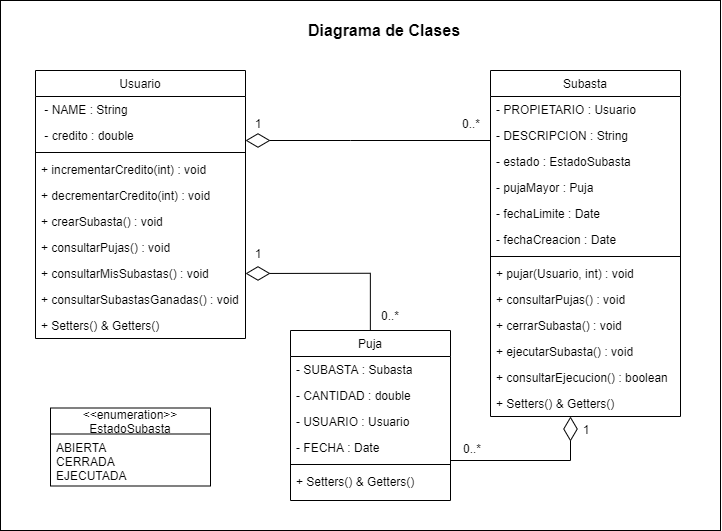
josegoval/I.E.6.2 keeps this draw.io diagram as Diagramas de Casos de Uso y Clases/Diagrama de Clases.png. Above is the earlier version. Source tidied: cells renumbered, new cells last; positions are measured from the earlier drawing's top-left corner, leaving out a move shared by most shapes. Its diagram source:
```xml
<mxGraphModel>
  <root>
    <mxCell id="0" />
    <mxCell id="1" value="Untitled Layer" parent="0" />
    <mxCell id="2" style="rounded=0;whiteSpace=wrap;html=1;fontSize=16;" parent="1" vertex="1">
      <mxGeometry width="720" height="530" as="geometry" />
    </mxCell>
    <mxCell id="3" parent="0" />
    <mxCell id="4" value="Usuario" style="swimlane;fontStyle=0;align=center;verticalAlign=top;horizontal=1;startSize=26;rounded=0;shadow=0;strokeWidth=1;" parent="3" vertex="1">
      <mxGeometry x="35" y="70" width="210" height="268" as="geometry" />
    </mxCell>
    <mxCell id="5" value=" - NAME : String&#10;" style="text;align=left;verticalAlign=top;spacingLeft=4;spacingRight=4;overflow=hidden;rounded=0;shadow=0;html=0;" parent="4" vertex="1">
      <mxGeometry y="26" width="210" height="26" as="geometry" />
    </mxCell>
    <mxCell id="6" value=" - credito : double" style="text;align=left;verticalAlign=top;spacingLeft=4;spacingRight=4;overflow=hidden;" parent="4" vertex="1">
      <mxGeometry y="52" width="210" height="26" as="geometry" />
    </mxCell>
    <mxCell id="7" style="line;html=1;strokeWidth=1;align=left;verticalAlign=middle;spacingTop=-1;spacingLeft=3;spacingRight=3;labelPosition=right;" parent="4" vertex="1">
      <mxGeometry y="78" width="210" height="8" as="geometry" />
    </mxCell>
    <mxCell id="8" value="+ incrementarCredito(int) : void" style="text;align=left;verticalAlign=top;spacingLeft=4;spacingRight=4;overflow=hidden;" parent="4" vertex="1">
      <mxGeometry y="86" width="210" height="26" as="geometry" />
    </mxCell>
    <mxCell id="9" value="+ decrementarCredito(int) : void" style="text;align=left;verticalAlign=top;spacingLeft=4;spacingRight=4;overflow=hidden;rounded=0;shadow=0;html=0;" parent="4" vertex="1">
      <mxGeometry y="112" width="210" height="26" as="geometry" />
    </mxCell>
    <mxCell id="10" value="+ crearSubasta() : void" style="text;align=left;verticalAlign=top;spacingLeft=4;spacingRight=4;overflow=hidden;rounded=0;shadow=0;html=0;" parent="4" vertex="1">
      <mxGeometry y="138" width="210" height="26" as="geometry" />
    </mxCell>
    <mxCell id="11" value="+ consultarPujas() : void" style="text;align=left;verticalAlign=top;spacingLeft=4;spacingRight=4;overflow=hidden;rounded=0;shadow=0;html=0;" parent="4" vertex="1">
      <mxGeometry y="164" width="210" height="26" as="geometry" />
    </mxCell>
    <mxCell id="12" value="+ consultarMisSubastas() : void" style="text;align=left;verticalAlign=top;spacingLeft=4;spacingRight=4;overflow=hidden;points=[[0,0.5],[1,0.5]];portConstraint=eastwest;rounded=0;shadow=0;html=0;" parent="4" vertex="1">
      <mxGeometry y="190" width="210" height="26" as="geometry" />
    </mxCell>
    <mxCell id="13" value="+ consultarSubastasGanadas() : void" style="text;align=left;verticalAlign=top;spacingLeft=4;spacingRight=4;overflow=hidden;rounded=0;shadow=0;html=0;" parent="4" vertex="1">
      <mxGeometry y="216" width="210" height="26" as="geometry" />
    </mxCell>
    <mxCell id="14" value="+ Setters() &amp; Getters()" style="text;align=left;verticalAlign=top;spacingLeft=4;spacingRight=4;overflow=hidden;rounded=0;shadow=0;html=0;" parent="4" vertex="1">
      <mxGeometry y="242" width="210" height="26" as="geometry" />
    </mxCell>
    <mxCell id="15" style="edgeStyle=elbowEdgeStyle;rounded=0;jettySize=auto;html=1;fontSize=16;elbow=vertical;endArrow=diamondThin;endFill=0;strokeWidth=1;strokeColor=#000000;endSize=22;" parent="3" edge="1" source="16" target="4">
      <mxGeometry relative="1" as="geometry">
        <Array as="points">
          <mxPoint x="350" y="140" />
        </Array>
      </mxGeometry>
    </mxCell>
    <mxCell id="16" value="Subasta" style="swimlane;fontStyle=0;align=center;verticalAlign=top;horizontal=1;startSize=26;rounded=0;shadow=0;strokeWidth=1;" parent="3" vertex="1">
      <mxGeometry x="490" y="70" width="190" height="346" as="geometry" />
    </mxCell>
    <mxCell id="17" value="- PROPIETARIO : Usuario" style="text;align=left;verticalAlign=top;spacingLeft=4;spacingRight=4;overflow=hidden;" parent="16" vertex="1">
      <mxGeometry y="26" width="190" height="26" as="geometry" />
    </mxCell>
    <mxCell id="18" value="- DESCRIPCION : String" style="text;align=left;verticalAlign=top;spacingLeft=4;spacingRight=4;overflow=hidden;rounded=0;shadow=0;html=0;" parent="16" vertex="1">
      <mxGeometry y="52" width="190" height="26" as="geometry" />
    </mxCell>
    <mxCell id="19" value="- estado : EstadoSubasta" style="text;align=left;verticalAlign=top;spacingLeft=4;spacingRight=4;overflow=hidden;rounded=0;shadow=0;html=0;" parent="16" vertex="1">
      <mxGeometry y="78" width="190" height="26" as="geometry" />
    </mxCell>
    <mxCell id="20" value="- pujaMayor : Puja" style="text;align=left;verticalAlign=top;spacingLeft=4;spacingRight=4;overflow=hidden;rounded=0;shadow=0;html=0;" parent="16" vertex="1">
      <mxGeometry y="104" width="190" height="26" as="geometry" />
    </mxCell>
    <mxCell id="21" value="- fechaLimite : Date" style="text;align=left;verticalAlign=top;spacingLeft=4;spacingRight=4;overflow=hidden;rounded=0;shadow=0;html=0;" parent="16" vertex="1">
      <mxGeometry y="130" width="190" height="26" as="geometry" />
    </mxCell>
    <mxCell id="22" value="- fechaCreacion : Date" style="text;align=left;verticalAlign=top;spacingLeft=4;spacingRight=4;overflow=hidden;rounded=0;shadow=0;html=0;" parent="16" vertex="1">
      <mxGeometry y="156" width="190" height="26" as="geometry" />
    </mxCell>
    <mxCell id="23" style="line;html=1;strokeWidth=1;align=left;verticalAlign=middle;spacingTop=-1;spacingLeft=3;spacingRight=3;labelPosition=right;" parent="16" vertex="1">
      <mxGeometry y="182" width="190" height="8" as="geometry" />
    </mxCell>
    <mxCell id="24" value="+ pujar(Usuario, int) : void" style="text;align=left;verticalAlign=top;spacingLeft=4;spacingRight=4;overflow=hidden;" parent="16" vertex="1">
      <mxGeometry y="190" width="190" height="26" as="geometry" />
    </mxCell>
    <mxCell id="25" value="+ consultarPujas() : void" style="text;align=left;verticalAlign=top;spacingLeft=4;spacingRight=4;overflow=hidden;" parent="16" vertex="1">
      <mxGeometry y="216" width="190" height="26" as="geometry" />
    </mxCell>
    <mxCell id="26" value="+ cerrarSubasta() : void" style="text;align=left;verticalAlign=top;spacingLeft=4;spacingRight=4;overflow=hidden;" parent="16" vertex="1">
      <mxGeometry y="242" width="190" height="26" as="geometry" />
    </mxCell>
    <mxCell id="27" value="+ ejecutarSubasta() : void" style="text;align=left;verticalAlign=top;spacingLeft=4;spacingRight=4;overflow=hidden;" parent="16" vertex="1">
      <mxGeometry y="268" width="190" height="26" as="geometry" />
    </mxCell>
    <mxCell id="28" value="+ consultarEjecucion() : boolean" style="text;align=left;verticalAlign=top;spacingLeft=4;spacingRight=4;overflow=hidden;" parent="16" vertex="1">
      <mxGeometry y="294" width="190" height="26" as="geometry" />
    </mxCell>
    <mxCell id="29" value="+ Setters() &amp; Getters()" style="text;align=left;verticalAlign=top;spacingLeft=4;spacingRight=4;overflow=hidden;" parent="16" vertex="1">
      <mxGeometry y="320" width="190" height="26" as="geometry" />
    </mxCell>
    <mxCell id="30" style="edgeStyle=orthogonalEdgeStyle;rounded=0;jettySize=auto;elbow=vertical;html=1;entryX=1;entryY=0.5;entryDx=0;entryDy=0;endArrow=diamondThin;endFill=0;endSize=22;strokeColor=#000000;strokeWidth=1;fontSize=16;" parent="3" edge="1" source="32" target="12">
      <mxGeometry relative="1" as="geometry" />
    </mxCell>
    <mxCell id="31" style="edgeStyle=elbowEdgeStyle;rounded=0;jettySize=auto;elbow=vertical;html=1;endArrow=diamondThin;endFill=0;endSize=22;strokeColor=#000000;strokeWidth=1;fontSize=16;" parent="3" edge="1" source="32" target="16">
      <mxGeometry relative="1" as="geometry">
        <Array as="points">
          <mxPoint x="570" y="460" />
          <mxPoint x="550" y="470" />
          <mxPoint x="595" y="440" />
        </Array>
      </mxGeometry>
    </mxCell>
    <mxCell id="32" value="Puja" style="swimlane;fontStyle=0;align=center;verticalAlign=top;horizontal=1;startSize=26;rounded=0;shadow=0;strokeWidth=1;" parent="3" vertex="1">
      <mxGeometry x="290" y="330" width="160" height="170" as="geometry" />
    </mxCell>
    <mxCell id="33" value="- SUBASTA : Subasta" style="text;align=left;verticalAlign=top;spacingLeft=4;spacingRight=4;overflow=hidden;" parent="32" vertex="1">
      <mxGeometry y="26" width="160" height="26" as="geometry" />
    </mxCell>
    <mxCell id="34" value="- CANTIDAD : double" style="text;align=left;verticalAlign=top;spacingLeft=4;spacingRight=4;overflow=hidden;rounded=0;shadow=0;html=0;" parent="32" vertex="1">
      <mxGeometry y="52" width="160" height="26" as="geometry" />
    </mxCell>
    <mxCell id="35" value="- USUARIO : Usuario" style="text;align=left;verticalAlign=top;spacingLeft=4;spacingRight=4;overflow=hidden;rounded=0;shadow=0;html=0;" parent="32" vertex="1">
      <mxGeometry y="78" width="160" height="26" as="geometry" />
    </mxCell>
    <mxCell id="36" value="- FECHA : Date" style="text;align=left;verticalAlign=top;spacingLeft=4;spacingRight=4;overflow=hidden;rounded=0;shadow=0;html=0;" parent="32" vertex="1">
      <mxGeometry y="104" width="160" height="26" as="geometry" />
    </mxCell>
    <mxCell id="37" style="line;html=1;strokeWidth=1;align=left;verticalAlign=middle;spacingTop=-1;spacingLeft=3;spacingRight=3;labelPosition=right;" parent="32" vertex="1">
      <mxGeometry y="130" width="160" height="8" as="geometry" />
    </mxCell>
    <mxCell id="38" value="+ Setters() &amp; Getters()" style="text;align=left;verticalAlign=top;spacingLeft=4;spacingRight=4;overflow=hidden;" parent="32" vertex="1">
      <mxGeometry y="138" width="160" height="26" as="geometry" />
    </mxCell>
    <mxCell id="39" value="Diagrama de Clases" style="text;html=1;strokeColor=none;fillColor=none;align=center;verticalAlign=middle;whiteSpace=wrap;rounded=0;fontSize=16;fontStyle=1;" parent="3" vertex="1">
      <mxGeometry x="303" y="20" width="160" height="20" as="geometry" />
    </mxCell>
    <mxCell id="40" value="&lt;&lt;enumeration&gt;&gt;&#10;EstadoSubasta" style="swimlane;fontStyle=0;align=center;verticalAlign=middle;horizontal=1;startSize=26;rounded=0;shadow=0;strokeWidth=1;" parent="3" vertex="1">
      <mxGeometry x="50" y="407.5" width="160" height="78" as="geometry" />
    </mxCell>
    <mxCell id="41" value="ABIERTA&#10;CERRADA&#10;EJECUTADA" style="text;align=left;verticalAlign=top;spacingLeft=4;spacingRight=4;overflow=hidden;" parent="40" vertex="1">
      <mxGeometry y="26" width="160" height="44" as="geometry" />
    </mxCell>
    <mxCell id="42" value="&lt;font style=&quot;font-size: 12px&quot;&gt;1&lt;/font&gt;" style="text;html=1;strokeColor=none;fillColor=none;align=center;verticalAlign=middle;whiteSpace=wrap;rounded=0;fontSize=16;" parent="3" vertex="1">
      <mxGeometry x="237" y="110" width="40" height="23" as="geometry" />
    </mxCell>
    <mxCell id="43" value="&lt;font style=&quot;font-size: 12px&quot;&gt;0..*&lt;/font&gt;" style="text;html=1;strokeColor=none;fillColor=none;align=center;verticalAlign=middle;whiteSpace=wrap;rounded=0;fontSize=16;" parent="3" vertex="1">
      <mxGeometry x="450" y="110" width="40" height="23" as="geometry" />
    </mxCell>
    <mxCell id="44" value="&lt;font style=&quot;font-size: 12px&quot;&gt;1&lt;/font&gt;" style="text;html=1;strokeColor=none;fillColor=none;align=center;verticalAlign=middle;whiteSpace=wrap;rounded=0;fontSize=16;" parent="3" vertex="1">
      <mxGeometry x="237" y="240" width="40" height="23" as="geometry" />
    </mxCell>
    <mxCell id="45" value="&lt;font style=&quot;font-size: 12px&quot;&gt;0..*&lt;/font&gt;" style="text;html=1;strokeColor=none;fillColor=none;align=center;verticalAlign=middle;whiteSpace=wrap;rounded=0;fontSize=16;" parent="3" vertex="1">
      <mxGeometry x="369" y="303" width="40" height="23" as="geometry" />
    </mxCell>
    <mxCell id="46" value="&lt;font style=&quot;font-size: 12px&quot;&gt;1&lt;/font&gt;" style="text;html=1;strokeColor=none;fillColor=none;align=center;verticalAlign=middle;whiteSpace=wrap;rounded=0;fontSize=16;" parent="3" vertex="1">
      <mxGeometry x="565" y="416" width="40" height="23" as="geometry" />
    </mxCell>
    <mxCell id="47" value="&lt;font style=&quot;font-size: 12px&quot;&gt;0..*&lt;/font&gt;" style="text;html=1;strokeColor=none;fillColor=none;align=center;verticalAlign=middle;whiteSpace=wrap;rounded=0;fontSize=16;" parent="3" vertex="1">
      <mxGeometry x="451" y="435" width="40" height="23" as="geometry" />
    </mxCell>
  </root>
</mxGraphModel>
```
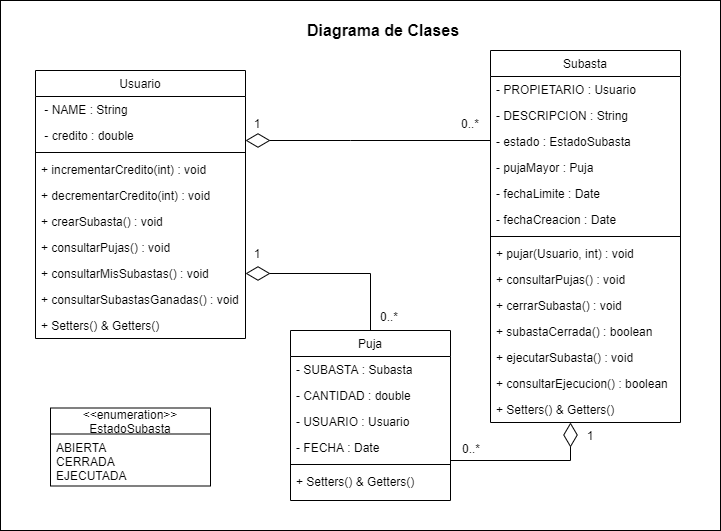
Above is the later version.

Commit message:
Modificacion de los diagramas de clase y uso.

Se ha modificado los diagramas porque habia que añadir el metodo
subastaCerrada.

Files:
	modified:   Diagramas de Casos de Uso y Clases/Diagrama de Casos de Uso - Tablas.pdf
	modified:   Diagramas de Casos de Uso y Clases/Diagrama de Casos de Uso.png
	modified:   Diagramas de Casos de Uso y Clases/Diagrama de Clases.png

Change to the diagram source:
```diff
@@ -47,7 +47,7 @@
       </mxGeometry>
     </mxCell>
     <mxCell id="16" value="Subasta" style="swimlane;fontStyle=0;align=center;verticalAlign=top;horizontal=1;startSize=26;rounded=0;shadow=0;strokeWidth=1;" parent="3" vertex="1">
-      <mxGeometry x="490" y="70" width="190" height="346" as="geometry" />
+      <mxGeometry x="490" y="50" width="190" height="372" as="geometry" />
     </mxCell>
     <mxCell id="17" value="- PROPIETARIO : Usuario" style="text;align=left;verticalAlign=top;spacingLeft=4;spacingRight=4;overflow=hidden;" parent="16" vertex="1">
       <mxGeometry y="26" width="190" height="26" as="geometry" />
@@ -79,14 +79,17 @@
     <mxCell id="26" value="+ cerrarSubasta() : void" style="text;align=left;verticalAlign=top;spacingLeft=4;spacingRight=4;overflow=hidden;" parent="16" vertex="1">
       <mxGeometry y="242" width="190" height="26" as="geometry" />
     </mxCell>
+    <mxCell id="48" value="+ subastaCerrada() : boolean" style="text;align=left;verticalAlign=top;spacingLeft=4;spacingRight=4;overflow=hidden;" parent="16" vertex="1">
+      <mxGeometry y="268" width="190" height="26" as="geometry" />
+    </mxCell>
     <mxCell id="27" value="+ ejecutarSubasta() : void" style="text;align=left;verticalAlign=top;spacingLeft=4;spacingRight=4;overflow=hidden;" parent="16" vertex="1">
-      <mxGeometry y="268" width="190" height="26" as="geometry" />
+      <mxGeometry y="294" width="190" height="26" as="geometry" />
     </mxCell>
     <mxCell id="28" value="+ consultarEjecucion() : boolean" style="text;align=left;verticalAlign=top;spacingLeft=4;spacingRight=4;overflow=hidden;" parent="16" vertex="1">
-      <mxGeometry y="294" width="190" height="26" as="geometry" />
+      <mxGeometry y="320" width="190" height="26" as="geometry" />
     </mxCell>
     <mxCell id="29" value="+ Setters() &amp; Getters()" style="text;align=left;verticalAlign=top;spacingLeft=4;spacingRight=4;overflow=hidden;" parent="16" vertex="1">
-      <mxGeometry y="320" width="190" height="26" as="geometry" />
+      <mxGeometry y="346" width="190" height="26" as="geometry" />
     </mxCell>
     <mxCell id="30" style="edgeStyle=orthogonalEdgeStyle;rounded=0;jettySize=auto;elbow=vertical;html=1;entryX=1;entryY=0.5;entryDx=0;entryDy=0;endArrow=diamondThin;endFill=0;endSize=22;strokeColor=#000000;strokeWidth=1;fontSize=16;" parent="3" edge="1" source="32" target="12">
       <mxGeometry relative="1" as="geometry" />
@@ -143,7 +146,7 @@
       <mxGeometry x="369" y="303" width="40" height="23" as="geometry" />
     </mxCell>
     <mxCell id="46" value="&lt;font style=&quot;font-size: 12px&quot;&gt;1&lt;/font&gt;" style="text;html=1;strokeColor=none;fillColor=none;align=center;verticalAlign=middle;whiteSpace=wrap;rounded=0;fontSize=16;" parent="3" vertex="1">
-      <mxGeometry x="565" y="416" width="40" height="23" as="geometry" />
+      <mxGeometry x="570" y="422" width="40" height="23" as="geometry" />
     </mxCell>
     <mxCell id="47" value="&lt;font style=&quot;font-size: 12px&quot;&gt;0..*&lt;/font&gt;" style="text;html=1;strokeColor=none;fillColor=none;align=center;verticalAlign=middle;whiteSpace=wrap;rounded=0;fontSize=16;" parent="3" vertex="1">
       <mxGeometry x="451" y="435" width="40" height="23" as="geometry" />
```
